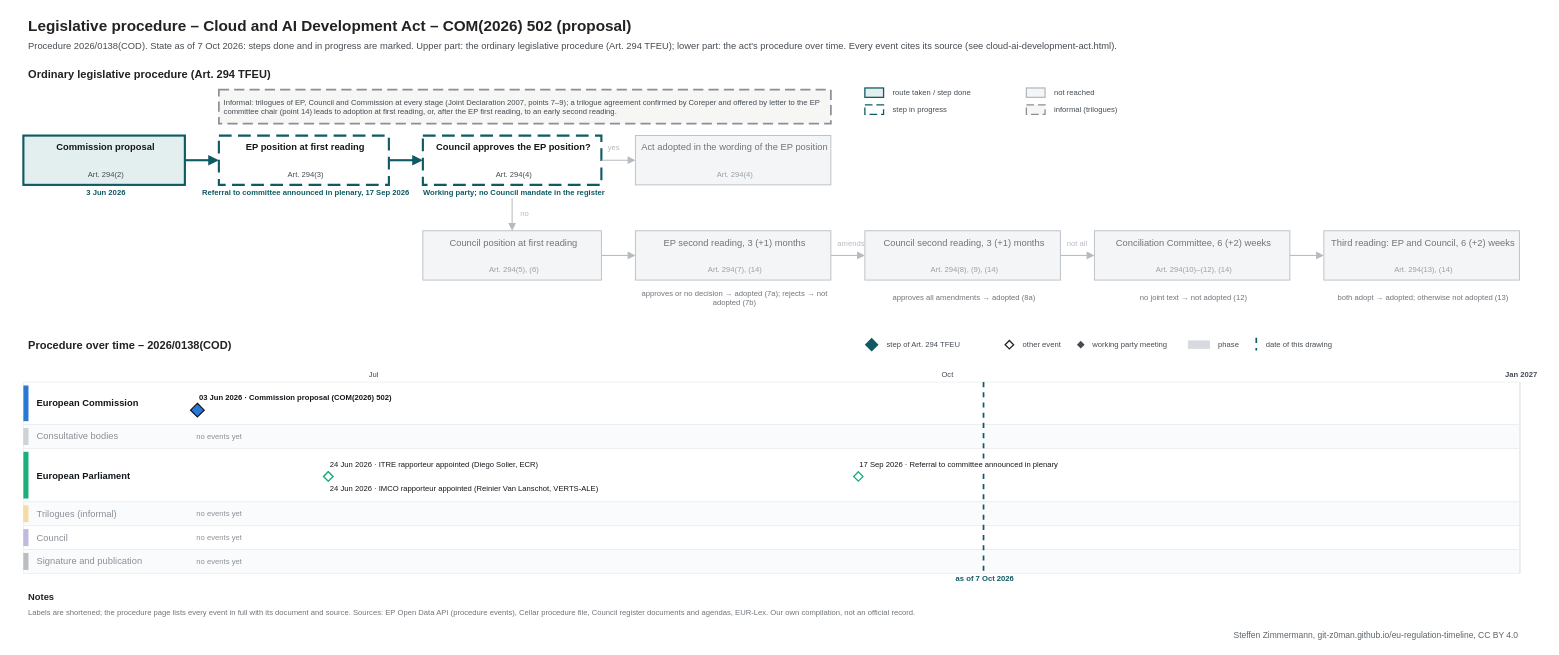
Earlier version of the draw.io diagram procedures/cloud-ai-development-act.drawio (git-z0man/eu-regulation-timeline). Source tidied: cells renumbered, new cells numbered last; positions are measured from the earlier drawing's top-left corner, leaving out a move shared by most shapes. Both pictures are drawn from the tidied source at 85%, with x=0, y=0 at pixel (14, 14).
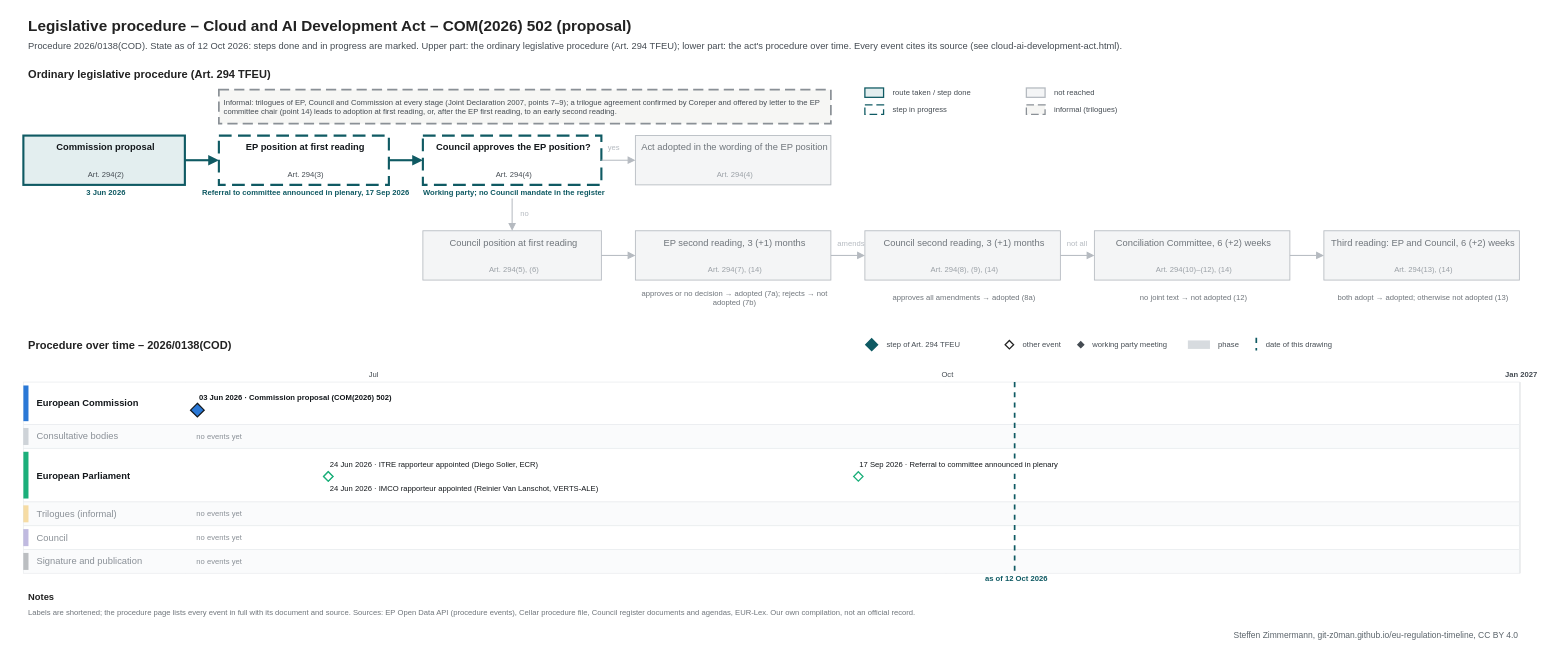
The same diagram, later.

Change to the diagram source:
```diff
@@
-    <mxCell id="3" value="Procedure 2026/0138(COD). State as of 7 Oct 2026: steps done and in progress are marked. Upper part: the ordinary legislative procedure (Art. 294 TFEU); lower part: the act's procedure over time. Every event cites its source (see cloud-ai-development-act.html)." style="text;html=1;fontSize=11;fontColor=#454c53;align=left;verticalAlign=middle;spacingLeft=4;" parent="1" vertex="1">
+    <mxCell id="3" value="Procedure 2026/0138(COD). State as of 12 Oct 2026: steps done and in progress are marked. Upper part: the ordinary legislative procedure (Art. 294 TFEU); lower part: the act's procedure over time. Every event cites its source (see cloud-ai-development-act.html)." style="text;html=1;fontSize=11;fontColor=#454c53;align=left;verticalAlign=middle;spacingLeft=4;" parent="1" vertex="1">
       <mxGeometry x="10" y="28" width="1700" height="18" as="geometry" />
     </mxCell>
@@
     <mxCell id="105" style="line;html=1;strokeWidth=2;strokeColor=#0f5a63;direction=south;dashed=1;" parent="1" vertex="1">
-      <mxGeometry x="1139.1" y="432" width="1" height="225" as="geometry" />
+      <mxGeometry x="1175.7" y="432" width="1" height="225" as="geometry" />
     </mxCell>
-    <mxCell id="106" value="as of 7 Oct 2026" style="text;html=1;fontSize=9;fontColor=#0f5a63;align=center;verticalAlign=middle;spacingLeft=4;fontStyle=1;" parent="1" vertex="1">
-      <mxGeometry x="1079.1" y="658" width="120" height="12" as="geometry" />
+    <mxCell id="106" value="as of 12 Oct 2026" style="text;html=1;fontSize=9;fontColor=#0f5a63;align=center;verticalAlign=middle;spacingLeft=4;fontStyle=1;" parent="1" vertex="1">
+      <mxGeometry x="1115.7" y="658" width="120" height="12" as="geometry" />
     </mxCell>
```
